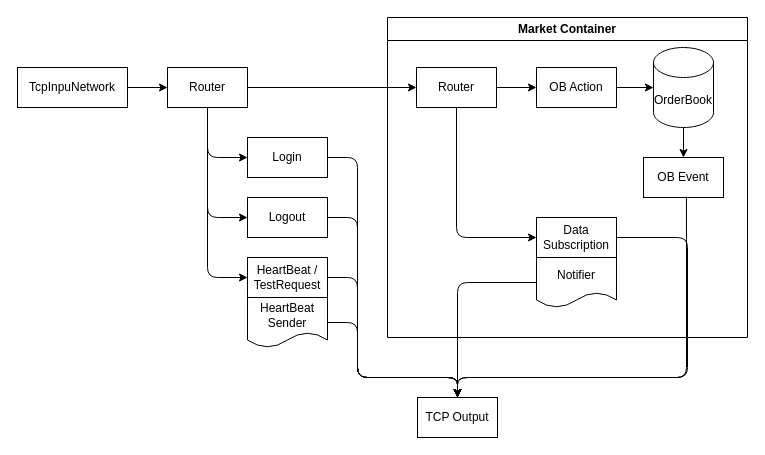
Above: page "Server Archi" (1 of 3) of schema.drawio in DipStax/FIX4.2-protocol (draw.io), before the change. Source tidied: cells renumbered, new cells numbered last; positions are measured from the earlier drawing's top-left corner, leaving out a move shared by most shapes. Both pictures are drawn from the tidied source at 100%, with x=0, y=0 at pixel (17, 17).
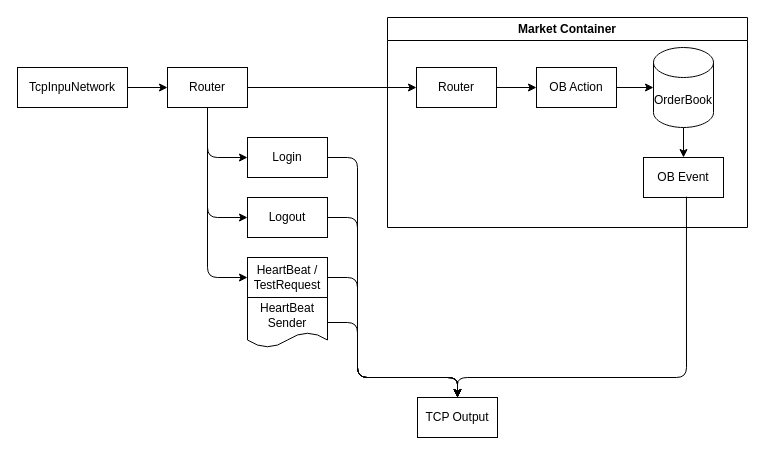
Above is the later version.

The change refers to these unchanged cells:
```xml
<mxCell id="20" value="Router" style="rounded=0;whiteSpace=wrap;html=1;" parent="17" vertex="1">
  <mxGeometry x="29" y="50" width="80" height="40" as="geometry" />
</mxCell>
<mxCell id="28" value="TCP Output" style="rounded=0;whiteSpace=wrap;html=1;" parent="1" vertex="1">
  <mxGeometry x="400" y="380" width="80" height="40" as="geometry" />
</mxCell>
```

Diff of the diagram source:
```diff
@@
     <mxCell id="17" value="Market Container" style="swimlane;whiteSpace=wrap;html=1;" parent="1" vertex="1">
-      <mxGeometry x="370" width="360" height="320" as="geometry" />
+      <mxGeometry x="370" width="360" height="210" as="geometry" />
     </mxCell>
@@
-    <mxCell id="19" style="edgeStyle=none;html=1;entryX=0;entryY=0.5;entryDx=0;entryDy=0;" parent="17" edge="1" source="20" target="26">
-      <mxGeometry relative="1" as="geometry">
-        <Array as="points">
-          <mxPoint x="69" y="220" />
-        </Array>
-      </mxGeometry>
-    </mxCell>
@@
-    <mxCell id="26" value="Data Subscription" style="rounded=0;whiteSpace=wrap;html=1;" parent="17" vertex="1">
-      <mxGeometry x="149" y="200" width="80" height="40" as="geometry" />
-    </mxCell>
-    <mxCell id="27" value="Notifier" style="shape=document;whiteSpace=wrap;html=1;boundedLbl=1;" parent="17" vertex="1">
-      <mxGeometry x="149" y="240" width="80" height="50" as="geometry" />
-    </mxCell>
@@
-    <mxCell id="29" style="edgeStyle=none;html=1;entryX=0.5;entryY=0;entryDx=0;entryDy=0;" parent="1" edge="1" source="27" target="28">
-      <mxGeometry relative="1" as="geometry">
-        <Array as="points">
-          <mxPoint x="440" y="265" />
-        </Array>
-      </mxGeometry>
-    </mxCell>
@@
-    <mxCell id="31" style="edgeStyle=none;html=1;entryX=0.5;entryY=0;entryDx=0;entryDy=0;" parent="1" edge="1" source="26" target="28">
-      <mxGeometry relative="1" as="geometry">
-        <Array as="points">
-          <mxPoint x="670" y="220" />
-          <mxPoint x="670" y="360" />
-          <mxPoint x="440" y="360" />
-        </Array>
-      </mxGeometry>
-    </mxCell>
```
